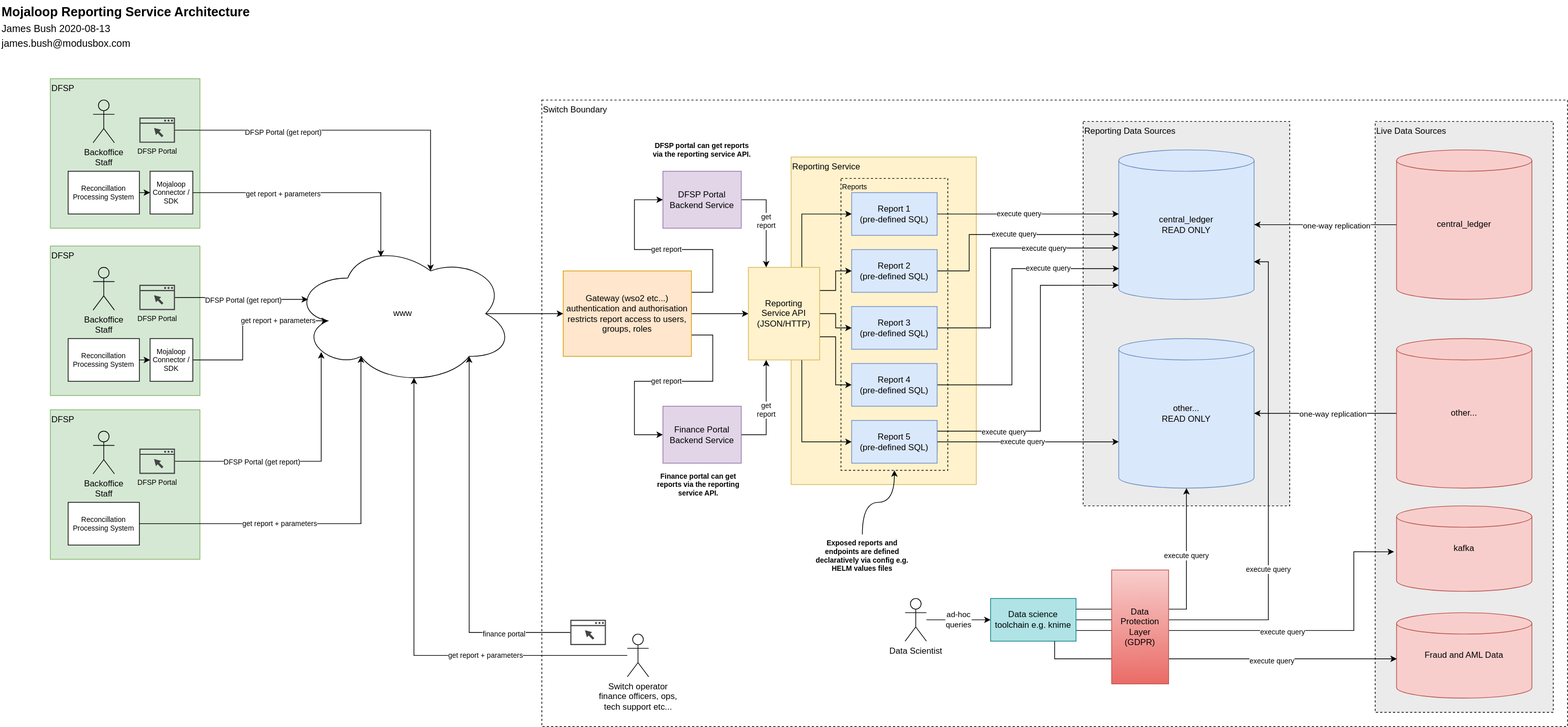
This is docs/Mojaloop Reporting Service Architecture.svg from mojaloop/reporting, a draw.io export, as it was before one commit. Source tidied: cells renumbered, new cells last; positions are measured from the earlier drawing's top-left corner, leaving out a move shared by most shapes.
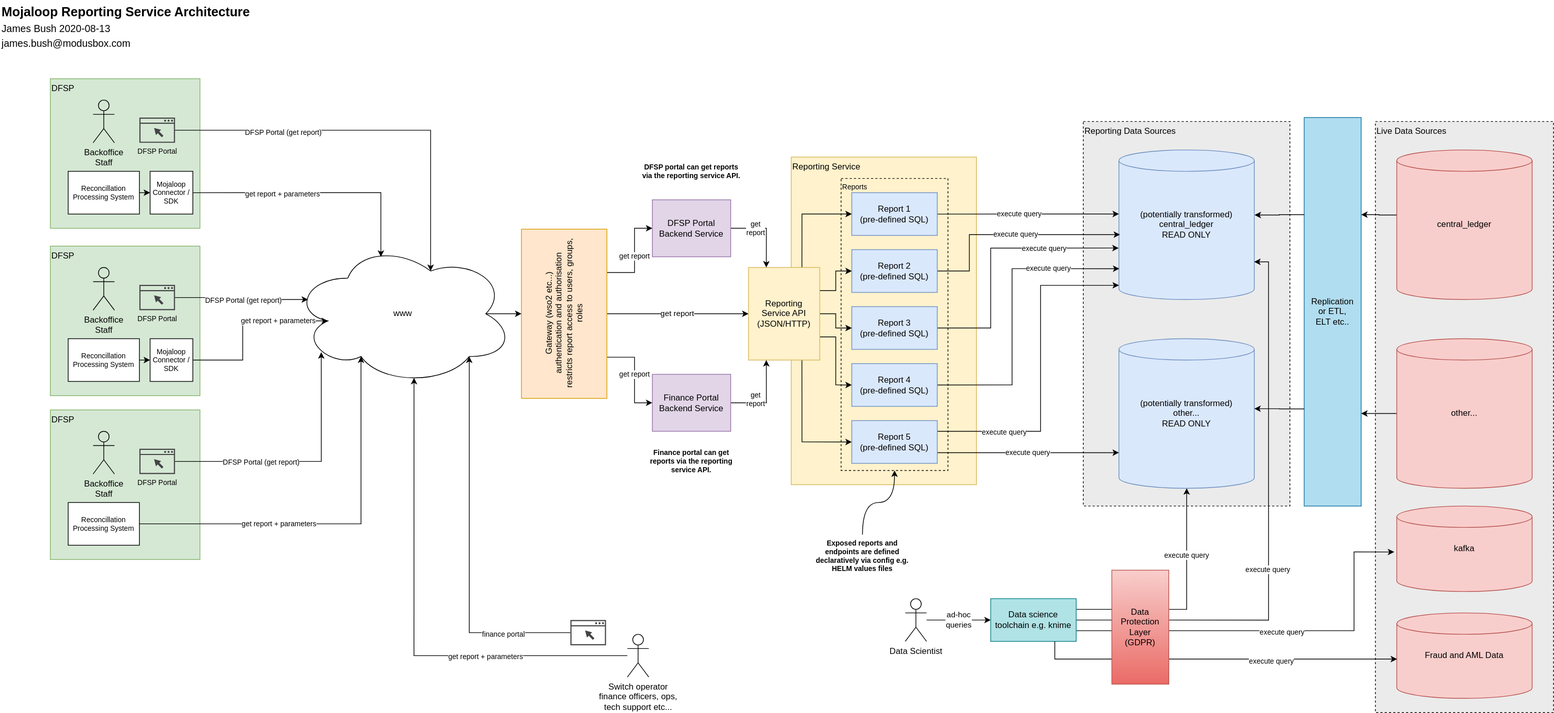
Later version of the same file.

The edit, as a diff of the source:
```diff
@@ -2,9 +2,9 @@
   <root>
     <mxCell id="0" />
     <mxCell id="1" parent="0" />
-    <mxCell id="2" value="Switch Boundary" style="rounded=0;whiteSpace=wrap;html=1;align=left;fillColor=none;dashed=1;verticalAlign=top;" parent="1" vertex="1">
-      <mxGeometry x="760" y="140" width="1440" height="880" as="geometry" />
-    </mxCell>
+    <mxCell id="97" value="&lt;span&gt;Replication&lt;br&gt;or ETL,&lt;br&gt;ELT etc..&lt;/span&gt;" style="rounded=0;whiteSpace=wrap;html=1;fillColor=#b1ddf0;sketch=0;glass=0;strokeColor=#10739e;" parent="1" vertex="1">
+      <mxGeometry x="1830" y="164.5" width="80" height="545.5" as="geometry" />
+    </mxCell>
     <mxCell id="3" value="Reporting Service" style="rounded=0;whiteSpace=wrap;html=1;verticalAlign=top;align=left;fillColor=#fff2cc;strokeColor=#d6b656;" parent="1" vertex="1">
       <mxGeometry x="1110" y="220" width="260" height="460" as="geometry" />
     </mxCell>
@@ -17,40 +17,40 @@
     <mxCell id="6" value="Reporting Data Sources" style="rounded=0;whiteSpace=wrap;html=1;dashed=1;align=left;verticalAlign=top;fillColor=#EBEBEB;" parent="1" vertex="1">
       <mxGeometry x="1520" y="170" width="290" height="540" as="geometry" />
     </mxCell>
-    <mxCell id="7" value="central_ledger&lt;br&gt;READ ONLY" style="shape=cylinder2;whiteSpace=wrap;html=1;boundedLbl=1;backgroundOutline=1;size=15;fillColor=#dae8fc;strokeColor=#6c8ebf;" parent="1" vertex="1">
+    <mxCell id="7" value="(potentially transformed)&lt;br&gt;central_ledger&lt;br&gt;READ ONLY" style="shape=cylinder2;whiteSpace=wrap;html=1;boundedLbl=1;backgroundOutline=1;size=15;fillColor=#dae8fc;strokeColor=#6c8ebf;" parent="1" vertex="1">
       <mxGeometry x="1570" y="210" width="190" height="210" as="geometry" />
     </mxCell>
-    <mxCell id="8" style="edgeStyle=orthogonalEdgeStyle;rounded=0;jettySize=auto;html=1;exitX=1;exitY=0.5;exitDx=0;exitDy=0;entryX=0;entryY=0.5;entryDx=0;entryDy=0;" parent="1" edge="1" source="11" target="36">
+    <mxCell id="8" value="get report" style="edgeStyle=orthogonalEdgeStyle;rounded=0;jettySize=auto;html=1;exitX=0.5;exitY=1;exitDx=0;exitDy=0;entryX=0;entryY=0.5;entryDx=0;entryDy=0;" parent="1" edge="1" source="11" target="36">
       <mxGeometry relative="1" as="geometry" />
     </mxCell>
-    <mxCell id="9" value="get report" style="edgeStyle=orthogonalEdgeStyle;rounded=0;jettySize=auto;html=1;exitX=1;exitY=0.75;exitDx=0;exitDy=0;entryX=0;entryY=0.5;entryDx=0;entryDy=0;fontSize=10;" parent="1" edge="1" source="11" target="66">
+    <mxCell id="9" value="get report" style="edgeStyle=orthogonalEdgeStyle;rounded=0;jettySize=auto;html=1;exitX=0.25;exitY=1;exitDx=0;exitDy=0;entryX=0;entryY=0.5;entryDx=0;entryDy=0;fontSize=10;" parent="1" edge="1" source="11" target="66">
       <mxGeometry relative="1" as="geometry">
         <Array as="points">
-          <mxPoint x="1000" y="470" />
-          <mxPoint x="1000" y="535" />
-          <mxPoint x="890" y="535" />
-          <mxPoint x="890" y="610" />
+          <mxPoint x="890" y="501" />
+          <mxPoint x="890" y="565" />
         </Array>
       </mxGeometry>
     </mxCell>
-    <mxCell id="10" value="get report" style="edgeStyle=orthogonalEdgeStyle;rounded=0;jettySize=auto;html=1;entryX=0;entryY=0.5;entryDx=0;entryDy=0;fontSize=10;exitX=1;exitY=0.25;exitDx=0;exitDy=0;" parent="1" edge="1" source="11" target="69">
+    <mxCell id="10" value="get report" style="edgeStyle=orthogonalEdgeStyle;rounded=0;jettySize=auto;html=1;entryX=0;entryY=0.5;entryDx=0;entryDy=0;fontSize=10;exitX=0.75;exitY=1;exitDx=0;exitDy=0;" parent="1" edge="1" source="11" target="69">
       <mxGeometry relative="1" as="geometry">
         <Array as="points">
-          <mxPoint x="1000" y="410" />
-          <mxPoint x="1000" y="350" />
-          <mxPoint x="890" y="350" />
-          <mxPoint x="890" y="280" />
+          <mxPoint x="890" y="382" />
+          <mxPoint x="890" y="320" />
         </Array>
       </mxGeometry>
     </mxCell>
-    <mxCell id="11" value="Gateway (wso2 etc...)&lt;br&gt;authentication and authorisation&lt;br&gt;restricts report access to users, groups, roles" style="rounded=0;whiteSpace=wrap;html=1;fillColor=#ffe6cc;strokeColor=#d79b00;" parent="1" vertex="1">
-      <mxGeometry x="790" y="380" width="180" height="120" as="geometry" />
+    <mxCell id="11" value="Gateway (wso2 etc...)&lt;br&gt;authentication and authorisation&lt;br&gt;restricts report access to users, groups, roles" style="rounded=0;whiteSpace=wrap;html=1;fillColor=#ffe6cc;strokeColor=#d79b00;rotation=270;" parent="1" vertex="1">
+      <mxGeometry x="672.5" y="380" width="237.5" height="120" as="geometry" />
     </mxCell>
-    <mxCell id="12" value="other...&lt;br&gt;READ ONLY" style="shape=cylinder2;whiteSpace=wrap;html=1;boundedLbl=1;backgroundOutline=1;size=15;fillColor=#dae8fc;strokeColor=#6c8ebf;" parent="1" vertex="1">
+    <mxCell id="12" value="(potentially transformed)&lt;br&gt;other...&lt;br&gt;READ ONLY" style="shape=cylinder2;whiteSpace=wrap;html=1;boundedLbl=1;backgroundOutline=1;size=15;fillColor=#dae8fc;strokeColor=#6c8ebf;" parent="1" vertex="1">
       <mxGeometry x="1570" y="475" width="190" height="210" as="geometry" />
     </mxCell>
     <mxCell id="13" style="edgeStyle=orthogonalEdgeStyle;rounded=0;jettySize=auto;html=1;exitX=0.875;exitY=0.5;exitDx=0;exitDy=0;exitPerimeter=0;" parent="1" edge="1" source="14" target="11">
-      <mxGeometry relative="1" as="geometry" />
+      <mxGeometry relative="1" as="geometry">
+        <Array as="points">
+          <mxPoint x="730" y="440" />
+        </Array>
+      </mxGeometry>
     </mxCell>
     <mxCell id="14" value="www" style="ellipse;shape=cloud;whiteSpace=wrap;html=1;align=center;" parent="1" vertex="1">
       <mxGeometry x="410" y="340" width="310" height="200" as="geometry" />
@@ -118,7 +118,8 @@
     <mxCell id="27" value="&lt;meta charset=&quot;utf-8&quot;&gt;&lt;span style=&quot;color: rgb(0, 0, 0); font-family: helvetica; font-size: 10px; font-style: normal; font-weight: 400; letter-spacing: normal; text-align: center; text-indent: 0px; text-transform: none; word-spacing: 0px; background-color: rgb(255, 255, 255); display: inline; float: none;&quot;&gt;execute query&lt;/span&gt;" style="edgeStyle=orthogonalEdgeStyle;rounded=0;jettySize=auto;html=1;exitX=1;exitY=0.75;exitDx=0;exitDy=0;" parent="1" edge="1" source="30" target="12">
       <mxGeometry relative="1" as="geometry">
         <Array as="points">
-          <mxPoint x="1315" y="620" />
+          <mxPoint x="1440" y="635" />
+          <mxPoint x="1440" y="635" />
         </Array>
       </mxGeometry>
     </mxCell>
@@ -154,23 +155,17 @@
     <mxCell id="36" value="Reporting&lt;br&gt;Service API&lt;br&gt;(JSON/HTTP)" style="rounded=0;whiteSpace=wrap;html=1;align=center;fillColor=#fff2cc;strokeColor=#d6b656;" parent="1" vertex="1">
       <mxGeometry x="1050" y="375" width="100" height="130" as="geometry" />
     </mxCell>
-    <mxCell id="37" style="edgeStyle=orthogonalEdgeStyle;rounded=0;jettySize=auto;html=1;" parent="1" edge="1" source="39" target="7">
+    <mxCell id="37" style="edgeStyle=orthogonalEdgeStyle;rounded=0;jettySize=auto;html=1;entryX=1;entryY=0.25;entryDx=0;entryDy=0;exitX=0.001;exitY=0.435;exitDx=0;exitDy=0;exitPerimeter=0;" parent="1" edge="1" source="39" target="97">
       <mxGeometry relative="1" as="geometry" />
     </mxCell>
-    <mxCell id="38" value="one-way replication" style="edgeLabel;html=1;align=center;verticalAlign=middle;" parent="37" vertex="1">
-      <mxGeometry x="-0.15" y="1" relative="1" as="geometry" />
-    </mxCell>
     <mxCell id="39" value="central_ledger" style="shape=cylinder2;whiteSpace=wrap;html=1;boundedLbl=1;backgroundOutline=1;size=15;fillColor=#f8cecc;strokeColor=#b85450;" parent="1" vertex="1">
       <mxGeometry x="1960" y="210" width="190" height="210" as="geometry" />
     </mxCell>
-    <mxCell id="40" style="edgeStyle=orthogonalEdgeStyle;rounded=0;jettySize=auto;html=1;" parent="1" edge="1" source="42" target="12">
-      <mxGeometry relative="1" as="geometry" />
+    <mxCell id="40" style="edgeStyle=orthogonalEdgeStyle;rounded=0;jettySize=auto;html=1;" parent="1" edge="1" source="42">
+      <mxGeometry relative="1" as="geometry">
+        <mxPoint x="1910" y="580" as="targetPoint" />
+      </mxGeometry>
     </mxCell>
-    <mxCell id="41" value="one-way replication" style="edgeLabel;html=1;align=center;verticalAlign=middle;" parent="40" vertex="1">
-      <mxGeometry x="0.02" y="18" relative="1" as="geometry">
-        <mxPoint x="12" y="-18" as="offset" />
-      </mxGeometry>
-    </mxCell>
     <mxCell id="42" value="other..." style="shape=cylinder2;whiteSpace=wrap;html=1;boundedLbl=1;backgroundOutline=1;size=15;fillColor=#f8cecc;strokeColor=#b85450;" parent="1" vertex="1">
       <mxGeometry x="1960" y="475" width="190" height="210" as="geometry" />
     </mxCell>
@@ -252,22 +247,22 @@
       <mxGeometry x="95" y="475" width="100" height="60" as="geometry" />
     </mxCell>
     <mxCell id="65" value="get&lt;br&gt;report" style="edgeStyle=orthogonalEdgeStyle;rounded=0;jettySize=auto;html=1;exitX=1;exitY=0.5;exitDx=0;exitDy=0;entryX=0.25;entryY=1;entryDx=0;entryDy=0;fontSize=10;" parent="1" edge="1" source="66" target="36">
-      <mxGeometry relative="1" as="geometry" />
+      <mxGeometry x="-0.36" y="5" relative="1" as="geometry" />
     </mxCell>
     <mxCell id="66" value="Finance Portal Backend Service" style="rounded=0;whiteSpace=wrap;html=1;align=center;fillColor=#e1d5e7;strokeColor=#9673a6;" parent="1" vertex="1">
-      <mxGeometry x="930" y="570" width="110" height="80" as="geometry" />
+      <mxGeometry x="915" y="525" width="110" height="80" as="geometry" />
     </mxCell>
     <mxCell id="67" value="Finance portal can get reports via the reporting service API." style="text;html=1;strokeColor=none;fillColor=none;align=center;verticalAlign=middle;whiteSpace=wrap;rounded=0;fontSize=10;fontStyle=1;" parent="1" vertex="1">
-      <mxGeometry x="910" y="650" width="140" height="60" as="geometry" />
+      <mxGeometry x="900" y="617.2" width="140" height="60" as="geometry" />
     </mxCell>
     <mxCell id="68" value="get&lt;br&gt;report" style="edgeStyle=orthogonalEdgeStyle;rounded=0;jettySize=auto;html=1;exitX=1;exitY=0.5;exitDx=0;exitDy=0;entryX=0.25;entryY=0;entryDx=0;entryDy=0;fontSize=10;" parent="1" edge="1" source="69" target="36">
-      <mxGeometry relative="1" as="geometry" />
+      <mxGeometry x="-0.33" relative="1" as="geometry" />
     </mxCell>
     <mxCell id="69" value="DFSP Portal Backend Service" style="rounded=0;whiteSpace=wrap;html=1;align=center;fillColor=#e1d5e7;strokeColor=#9673a6;" parent="1" vertex="1">
-      <mxGeometry x="930" y="240" width="110" height="80" as="geometry" />
+      <mxGeometry x="915" y="280" width="110" height="80" as="geometry" />
     </mxCell>
     <mxCell id="70" value="DFSP portal can get reports via the reporting service API." style="text;html=1;strokeColor=none;fillColor=none;align=center;verticalAlign=middle;whiteSpace=wrap;rounded=0;fontSize=10;fontStyle=1;" parent="1" vertex="1">
-      <mxGeometry x="915" y="180" width="140" height="60" as="geometry" />
+      <mxGeometry x="900" y="210" width="140" height="60" as="geometry" />
     </mxCell>
     <mxCell id="71" style="edgeStyle=orthogonalEdgeStyle;rounded=0;jettySize=auto;html=1;entryX=0.8;entryY=0.8;entryDx=0;entryDy=0;entryPerimeter=0;fontSize=10;" parent="1" edge="1" source="73" target="14">
       <mxGeometry relative="1" as="geometry" />
@@ -349,5 +344,11 @@
     <mxCell id="96" value="Mojaloop Connector / SDK" style="rounded=0;whiteSpace=wrap;html=1;fillColor=#ffffff;fontSize=10;align=center;" parent="1" vertex="1">
       <mxGeometry x="210" y="475" width="60" height="60" as="geometry" />
     </mxCell>
+    <mxCell id="98" style="edgeStyle=orthogonalEdgeStyle;rounded=0;jettySize=auto;html=1;exitX=0;exitY=0.25;exitDx=0;exitDy=0;entryX=1.002;entryY=0.435;entryDx=0;entryDy=0;entryPerimeter=0;" parent="1" edge="1" source="97" target="7">
+      <mxGeometry relative="1" as="geometry" />
+    </mxCell>
+    <mxCell id="99" style="edgeStyle=orthogonalEdgeStyle;rounded=0;jettySize=auto;html=1;exitX=0;exitY=0.75;exitDx=0;exitDy=0;entryX=1;entryY=0.468;entryDx=0;entryDy=0;entryPerimeter=0;" parent="1" edge="1" source="97" target="12">
+      <mxGeometry relative="1" as="geometry" />
+    </mxCell>
   </root>
 </mxGraphModel>
```
